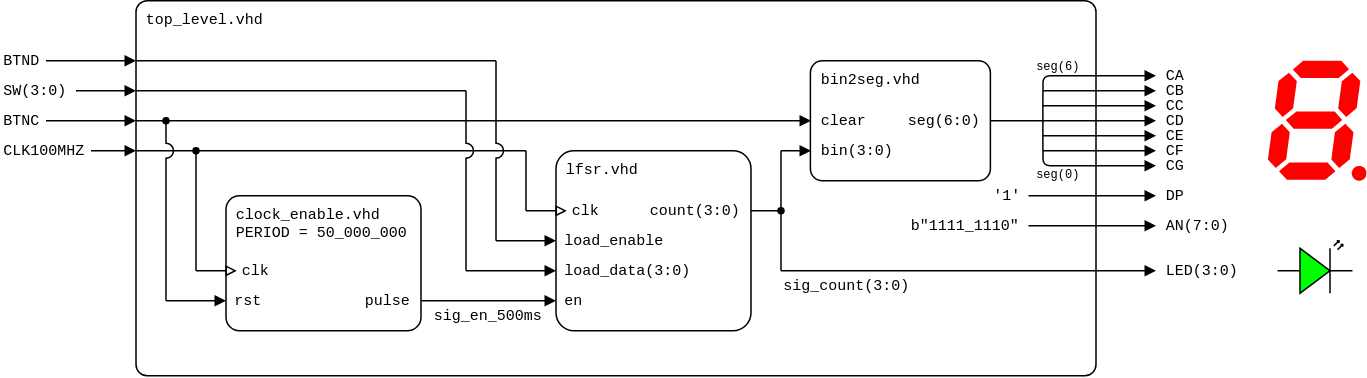
Earlier version of the draw.io export lab6-lfsr/images/top-level_lfsr_4-bit_structure.png (tomas-fryza/vhdl-course). Source tidied: cells renumbered, new cells last; positions are measured from the earlier drawing's top-left corner, leaving out a move shared by most shapes.
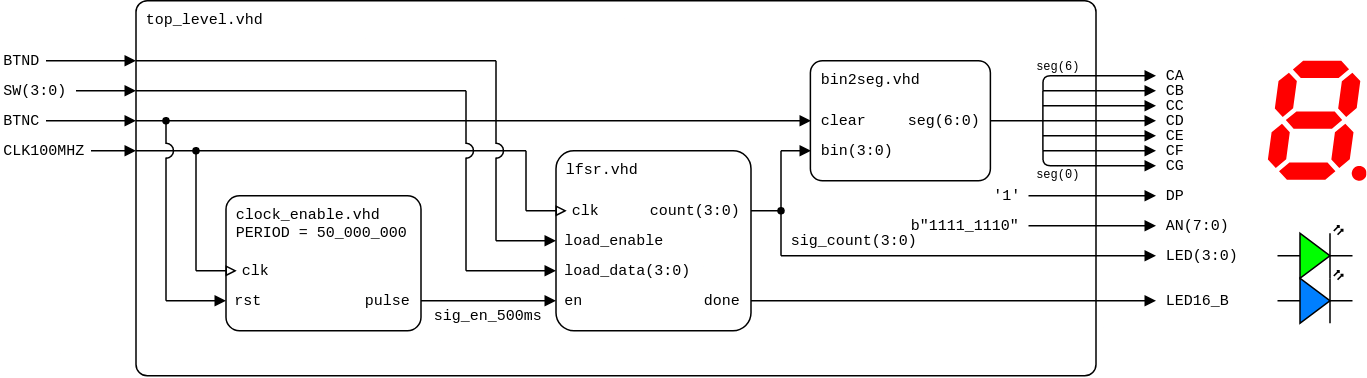
After the change.

Commit message:
Done output added to top-level figures

What changed in the source:
```diff
@@ -27,7 +27,7 @@
       <mxGeometry x="-0.4" y="70" width="40" height="20" as="geometry" />
     </mxCell>
     <mxCell id="7" value="sig_count(3:0)" style="text;html=1;align=left;verticalAlign=middle;whiteSpace=wrap;rounded=0;fontFamily=Courier New;fontSize=10;fillOpacity=100;spacing=2;spacingLeft=0;" parent="1" vertex="1">
-      <mxGeometry x="520" y="185" width="100" height="10" as="geometry" />
+      <mxGeometry x="525" y="155" width="100" height="10" as="geometry" />
     </mxCell>
     <mxCell id="8" style="endArrow=none;html=1;rounded=0;startArrow=none;startFill=0;endSize=4;startSize=4;" parent="1" edge="1">
       <mxGeometry relative="1" as="geometry">
@@ -347,21 +347,36 @@
     </mxCell>
     <mxCell id="77" style="endArrow=block;html=1;rounded=0;endFill=1;orthogonal=1;endSize=5;startSize=5;" parent="1" edge="1">
       <mxGeometry relative="1" as="geometry">
-        <mxPoint x="520" y="180" as="sourcePoint" />
-        <mxPoint x="770" y="180" as="targetPoint" />
+        <mxPoint x="520" y="170" as="sourcePoint" />
+        <mxPoint x="770" y="170" as="targetPoint" />
       </mxGeometry>
     </mxCell>
     <mxCell id="78" value="LED(3:0)" style="text;html=1;align=left;verticalAlign=middle;whiteSpace=wrap;rounded=0;fontFamily=Courier New;fontSize=10;fillOpacity=100;spacing=2;spacingLeft=5;" parent="1" vertex="1">
-      <mxGeometry x="770" y="170" width="70" height="20" as="geometry" />
+      <mxGeometry x="770" y="160" width="70" height="20" as="geometry" />
     </mxCell>
     <mxCell id="79" style="verticalLabelPosition=bottom;shadow=0;dashed=0;align=center;html=1;verticalAlign=top;shape=mxgraph.electrical.opto_electronics.led_2;fillColor=#00FF00;" parent="1" vertex="1">
-      <mxGeometry x="851" y="160" width="50" height="35" as="geometry" />
+      <mxGeometry x="851" y="150" width="50" height="35" as="geometry" />
     </mxCell>
     <mxCell id="80" style="endArrow=oval;html=1;rounded=0;startArrow=none;startFill=0;endSize=4;startSize=4;endFill=1;" parent="1" edge="1">
       <mxGeometry relative="1" as="geometry">
-        <mxPoint x="520" y="180" as="sourcePoint" />
+        <mxPoint x="520" y="170" as="sourcePoint" />
         <mxPoint x="520" y="140" as="targetPoint" />
       </mxGeometry>
     </mxCell>
+    <mxCell id="81" value="done" style="text;html=1;align=right;verticalAlign=middle;whiteSpace=wrap;rounded=0;fontFamily=Courier New;fontSize=10;fillOpacity=100;spacing=2;spacingRight=5;" parent="1" vertex="1">
+      <mxGeometry x="460" y="190" width="40" height="20" as="geometry" />
+    </mxCell>
+    <mxCell id="82" style="endArrow=block;html=1;rounded=0;endFill=1;orthogonal=1;endSize=5;startSize=5;" parent="1" edge="1">
+      <mxGeometry relative="1" as="geometry">
+        <mxPoint x="500" y="200" as="sourcePoint" />
+        <mxPoint x="770" y="200" as="targetPoint" />
+      </mxGeometry>
+    </mxCell>
+    <mxCell id="83" value="LED16_B" style="text;html=1;align=left;verticalAlign=middle;whiteSpace=wrap;rounded=0;fontFamily=Courier New;fontSize=10;fillOpacity=100;spacing=2;spacingLeft=5;" parent="1" vertex="1">
+      <mxGeometry x="770" y="190" width="70" height="20" as="geometry" />
+    </mxCell>
+    <mxCell id="84" style="verticalLabelPosition=bottom;shadow=0;dashed=0;align=center;html=1;verticalAlign=top;shape=mxgraph.electrical.opto_electronics.led_2;fillColor=#007FFF;" parent="1" vertex="1">
+      <mxGeometry x="851" y="180" width="50" height="35" as="geometry" />
+    </mxCell>
   </root>
 </mxGraphModel>
```
